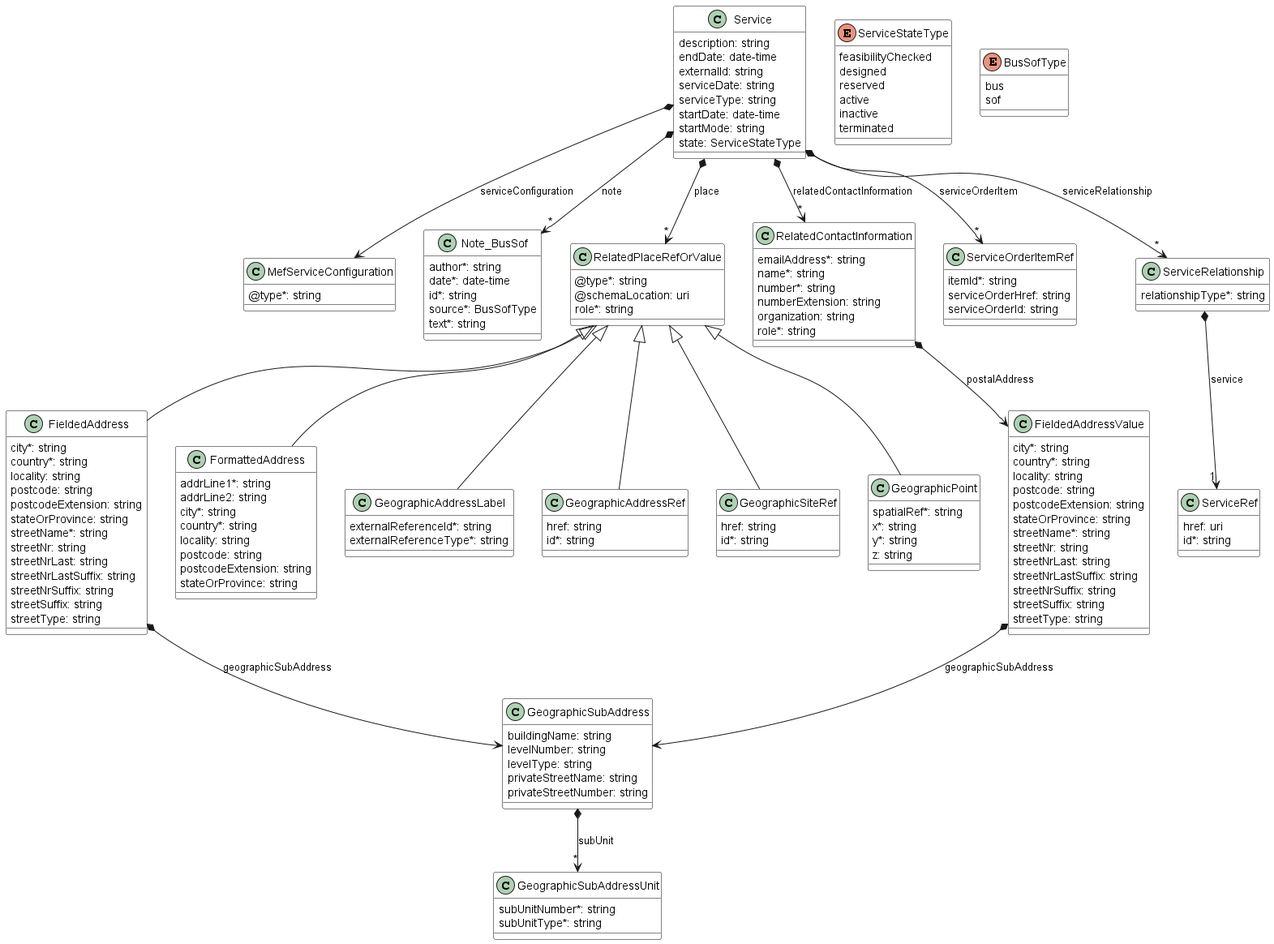
Before: documentation/serviceApi/inventory/media/useCase1Model.png, a diagram exported from PlantUML (MEF-GIT/MEF-LSO-Legato-SDK).
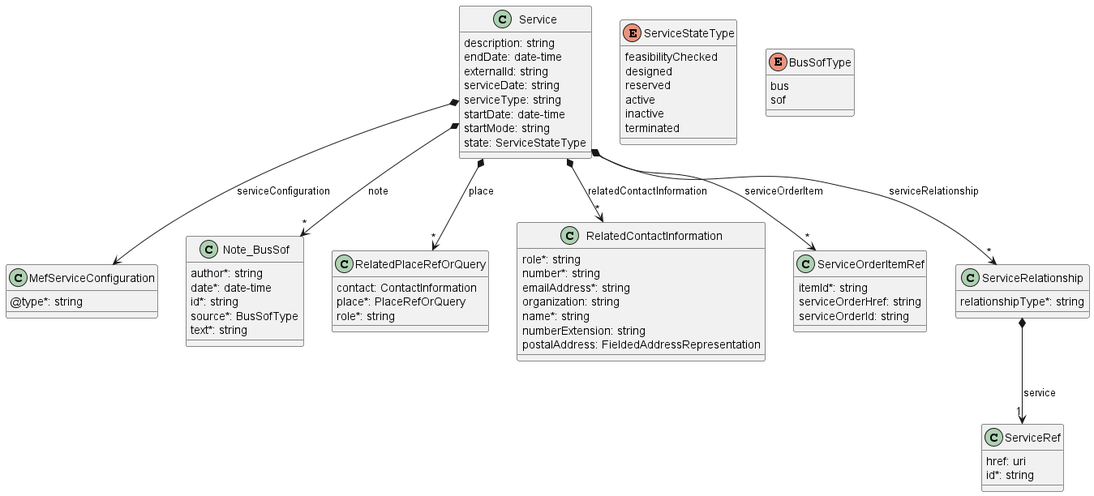
Above is the later version.

Change to the diagram source:
```diff
@@ -1,9 +1,4 @@
 @startuml
-skinparam {
-    ClassBackgroundColor White
-    ClassBorderColor Black
-}
-
 
 class MefServiceConfiguration {
 
@@ -25,7 +20,7 @@
 }
 
 Service *-->"*" Note_BusSof : note
-Service *-->"*" RelatedPlaceRefOrValue : place
+Service *-->"*" RelatedPlaceRefOrQuery : place
 Service *-->"*" RelatedContactInformation : relatedContactInformation
 Service *--> MefServiceConfiguration : serviceConfiguration
 Service *-->"*" ServiceOrderItemRef : serviceOrderItem
@@ -65,38 +60,6 @@
     inactive
     terminated
 }
-class RelatedContactInformation {
-
-    emailAddress*: string
-    name*: string
-    number*: string
-    numberExtension: string
-    organization: string
-    role*: string
-}
-
-RelatedContactInformation *--> FieldedAddressValue : postalAddress
-
-
-class FieldedAddressValue {
-
-    city*: string
-    country*: string
-    locality: string
-    postcode: string
-    postcodeExtension: string
-    stateOrProvince: string
-    streetName*: string
-    streetNr: string
-    streetNrLast: string
-    streetNrLastSuffix: string
-    streetNrSuffix: string
-    streetSuffix: string
-    streetType: string
-}
-
-FieldedAddressValue *--> GeographicSubAddress : geographicSubAddress
-
 
 class Note_BusSof {
 
@@ -114,106 +77,23 @@
     bus
     sof
 }
-class RelatedPlaceRefOrValue {
 
-    @type*: string
-    @schemaLocation: uri
+class RelatedContactInformation {
+
+    role*: string
+    number*: string
+    emailAddress*: string
+    organization: string
+    name*: string
+    numberExtension: string
+    postalAddress: FieldedAddressRepresentation
+}
+
+
+class RelatedPlaceRefOrQuery {
+    contact: ContactInformation
+    place*: PlaceRefOrQuery
     role*: string
 }
 
-
-
-class FieldedAddress {
-
-    city*: string
-    country*: string
-    locality: string
-    postcode: string
-    postcodeExtension: string
-    stateOrProvince: string
-    streetName*: string
-    streetNr: string
-    streetNrLast: string
-    streetNrLastSuffix: string
-    streetNrSuffix: string
-    streetSuffix: string
-    streetType: string
-}
-RelatedPlaceRefOrValue <|-- FieldedAddress
-
-FieldedAddress *--> GeographicSubAddress : geographicSubAddress
-
-
-class FormattedAddress {
-
-    addrLine1*: string
-    addrLine2: string
-    city*: string
-    country*: string
-    locality: string
-    postcode: string
-    postcodeExtension: string
-    stateOrProvince: string
-}
-RelatedPlaceRefOrValue <|-- FormattedAddress
-
-
-
-class GeographicAddressLabel {
-
-    externalReferenceId*: string
-    externalReferenceType*: string
-}
-RelatedPlaceRefOrValue <|-- GeographicAddressLabel
-
-
-
-class GeographicAddressRef {
-
-    href: string
-    id*: string
-}
-RelatedPlaceRefOrValue <|-- GeographicAddressRef
-
-
-
-class GeographicSiteRef {
-
-    href: string
-    id*: string
-}
-RelatedPlaceRefOrValue <|-- GeographicSiteRef
-
-
-
-class GeographicSubAddress {
-
-    buildingName: string
-    levelNumber: string
-    levelType: string
-    privateStreetName: string
-    privateStreetNumber: string
-}
-
-GeographicSubAddress *-->"*" GeographicSubAddressUnit : subUnit
-
-
-class GeographicPoint {
-
-    spatialRef*: string
-    x*: string
-    y*: string
-    z: string
-}
-RelatedPlaceRefOrValue <|-- GeographicPoint
-
-
-
-class GeographicSubAddressUnit {
-
-    subUnitNumber*: string
-    subUnitType*: string
-}
-
-
 @enduml
```
